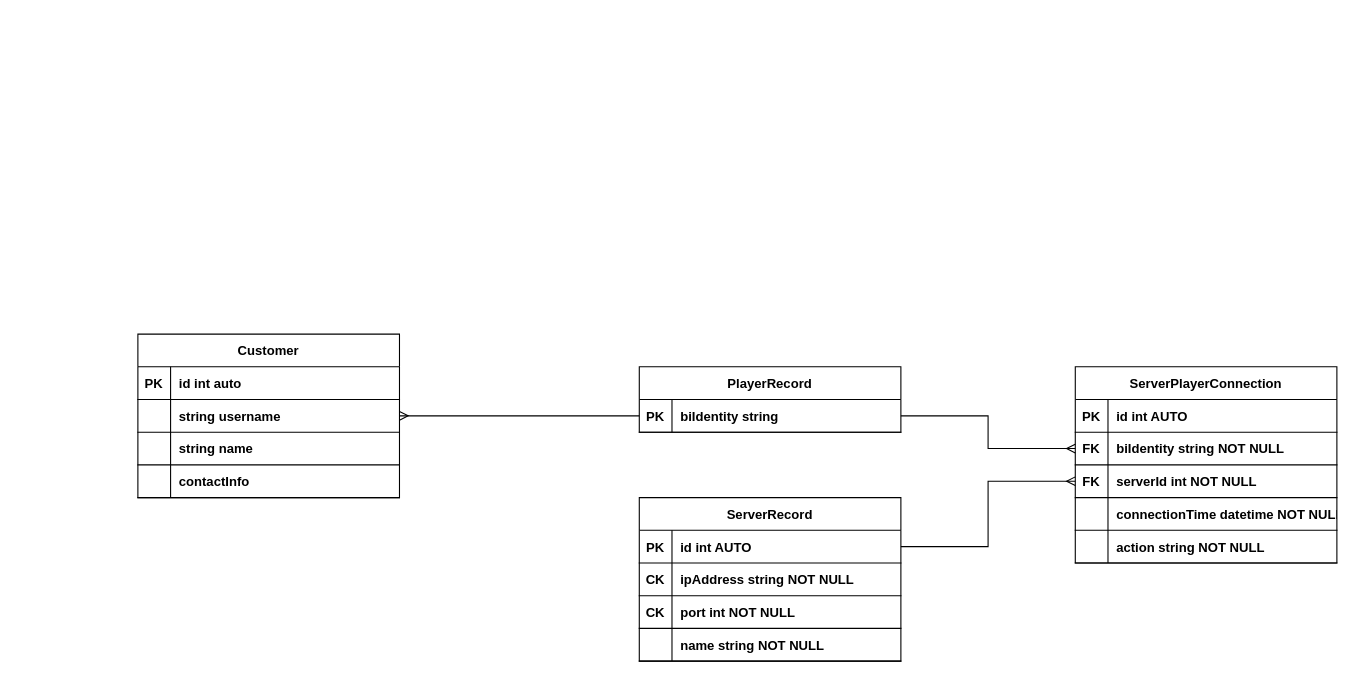
Above: erd.drawio in muhiddinkurbonov/TheNightOwls (draw.io), before the change. Source tidied: cells renumbered, new cells numbered last; positions are measured from the earlier drawing's top-left corner, leaving out a move shared by most shapes. Both pictures are drawn from the tidied source at 109%, with x=0, y=0 at pixel (137, 334).
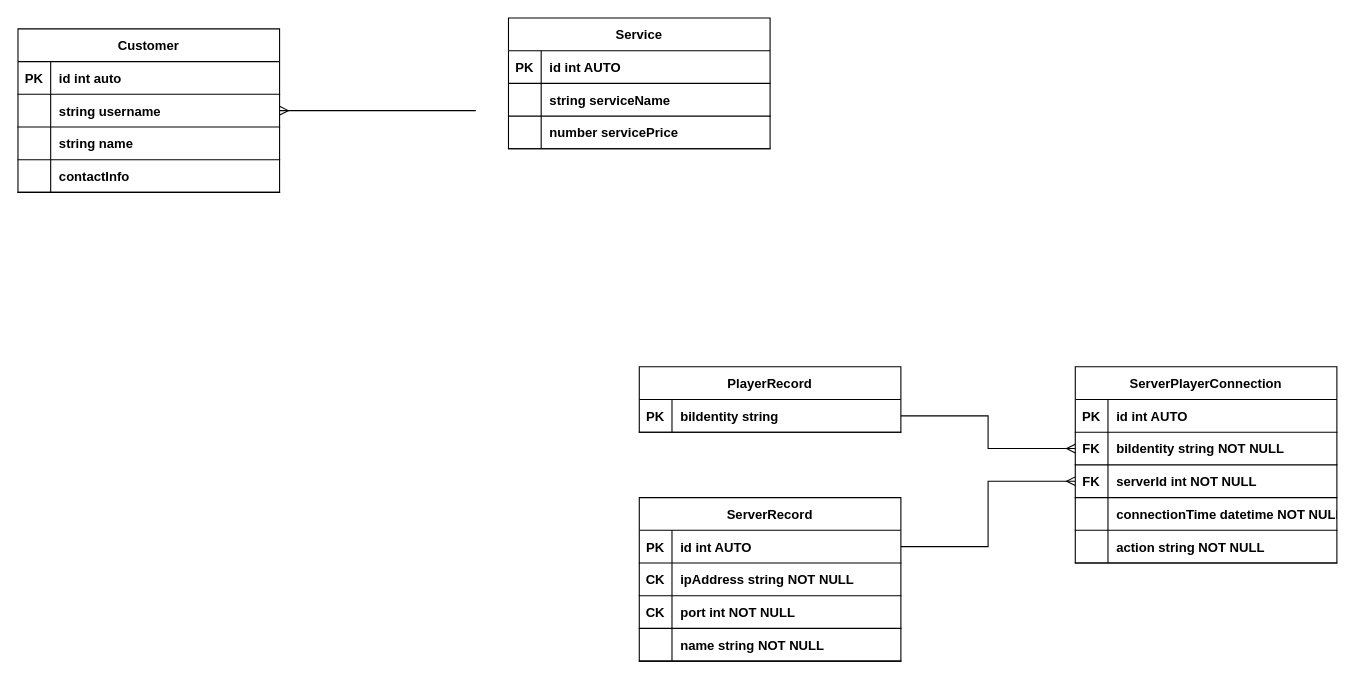
The same page after the edit.

Unchanged cells that the change refers to:
```xml
<mxCell id="3" style="shape=partialRectangle;fillColor=none;points=[[0,0.5],[1,0.5]];portConstraint=eastwest;top=0;left=0;right=0;bottom=1;" parent="2" vertex="1">
  <mxGeometry y="30" width="240" height="30" as="geometry" />
</mxCell>
```

The edit, as a diff of the source:
```diff
@@
     <mxCell id="6" value="Customer" style="shape=table;startSize=30;childLayout=tableLayout;rowLines=0;fontStyle=1;align=center;" parent="1" vertex="1">
-      <mxGeometry width="240" height="150" as="geometry" />
+      <mxGeometry x="-110" y="-280" width="240" height="150" as="geometry" />
     </mxCell>
@@
-    <mxCell id="19" style="edgeStyle=orthogonalEdgeStyle;rounded=0;jettySize=auto;html=1;endArrow=none;endFill=0;startArrow=ERmany;startFill=0;exitX=1;exitY=0.5;exitDx=0;exitDy=0;" parent="1" edge="1" source="6" target="3">
-      <mxGeometry relative="1" as="geometry" />
+    <mxCell id="19" style="edgeStyle=orthogonalEdgeStyle;rounded=0;jettySize=auto;html=1;endArrow=none;endFill=0;startArrow=ERmany;startFill=0;exitX=1;exitY=0.5;exitDx=0;exitDy=0;" parent="1" edge="1" source="6">
+      <mxGeometry relative="1" as="geometry">
+        <mxPoint x="310" y="-205" as="targetPoint" />
+      </mxGeometry>
     </mxCell>
@@
+    <mxCell id="51" value="Service" style="shape=table;startSize=30;childLayout=tableLayout;rowLines=0;fontStyle=1;align=center;" parent="1" vertex="1">
+      <mxGeometry x="340" y="-290" width="240" height="120" as="geometry" />
+    </mxCell>
+    <mxCell id="52" style="shape=partialRectangle;fillColor=none;top=0;left=0;right=0;bottom=1;" parent="51" vertex="1">
+      <mxGeometry y="30" width="240" height="30" as="geometry" />
+    </mxCell>
+    <mxCell id="53" value="PK" style="shape=partialRectangle;overflow=hidden;fillColor=none;top=0;left=0;bottom=0;right=0;fontStyle=1;" parent="52" vertex="1">
+      <mxGeometry width="30" height="30" as="geometry" />
+    </mxCell>
+    <mxCell id="54" value="id int AUTO" style="shape=partialRectangle;overflow=hidden;fillColor=none;top=0;left=0;bottom=0;right=0;align=left;spacingLeft=6;fontStyle=1;" parent="52" vertex="1">
+      <mxGeometry x="30" width="210" height="30" as="geometry" />
+    </mxCell>
+    <mxCell id="55" style="shape=partialRectangle;fillColor=none;top=0;left=0;right=0;bottom=1;" parent="51" vertex="1">
+      <mxGeometry y="60" width="240" height="30" as="geometry" />
+    </mxCell>
+    <mxCell id="56" style="shape=partialRectangle;overflow=hidden;fillColor=none;top=0;left=0;bottom=0;right=0;fontStyle=1;" parent="55" vertex="1">
+      <mxGeometry width="30" height="30" as="geometry" />
+    </mxCell>
+    <mxCell id="57" value="string serviceName" style="shape=partialRectangle;overflow=hidden;fillColor=none;top=0;left=0;bottom=0;right=0;align=left;spacingLeft=6;fontStyle=1;" parent="55" vertex="1">
+      <mxGeometry x="30" width="210" height="30" as="geometry" />
+    </mxCell>
+    <mxCell id="58" style="shape=partialRectangle;fillColor=none;top=0;left=0;right=0;bottom=1;" parent="51" vertex="1">
+      <mxGeometry y="90" width="240" height="30" as="geometry" />
+    </mxCell>
+    <mxCell id="59" style="shape=partialRectangle;overflow=hidden;fillColor=none;top=0;left=0;bottom=0;right=0;fontStyle=1;" parent="58" vertex="1">
+      <mxGeometry width="30" height="30" as="geometry" />
+    </mxCell>
+    <mxCell id="60" value="number servicePrice" style="shape=partialRectangle;overflow=hidden;fillColor=none;top=0;left=0;bottom=0;right=0;align=left;spacingLeft=6;fontStyle=1;" parent="58" vertex="1">
+      <mxGeometry x="30" width="210" height="30" as="geometry" />
+    </mxCell>
```
